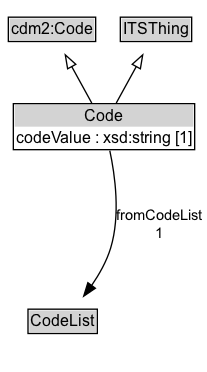
Above: docs/diagrams/Code.dot.png in ISO-TC204/ontology-its-core-v1 (Graphviz), before the change. Its source is kept beside it as docs/diagrams/Code.dot.
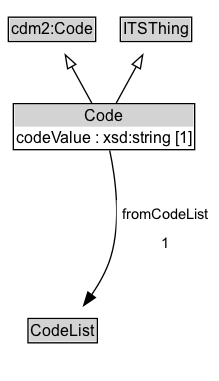
Later version of the same file.

Diff of the diagram source:
```diff
@@ -21,6 +21,5 @@
 	Code -> Invis [style=invis]
 	Invis -> CodeList [style=invis]
 	CodeList [label=<<TABLE BORDER="1" CELLBORDER="0" CELLSPACING="0" CELLPADDING="1"><TR><TD BGCOLOR="lightgray" ALIGN="CENTER">CodeList</TD></TR></TABLE>> URL="../CodeList" margin=0]
-	Code -> CodeList [label="fromCodeList
-1" arrowhead=normal style=solid]
+	Code -> CodeList [label=<<TABLE BORDER="0" CELLBORDER="0" CELLSPACING="0" CELLPADDING="4" BGCOLOR="white"><TR><TD ALIGN="CENTER">fromCodeList</TD></TR><TR><TD ALIGN="CENTER">1</TD></TR></TABLE>> arrowhead=normal style=solid]
 }
```
